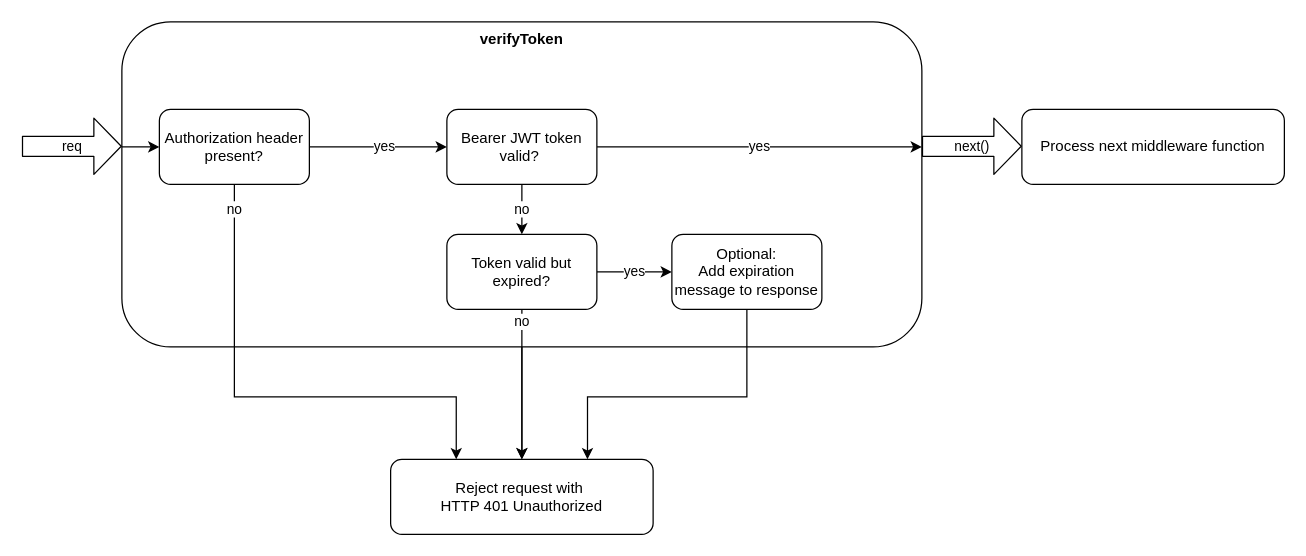
Earlier version of the draw.io diagram docs/verify-token-schema.drawio (tsmx/express-jwt-validator). Source tidied: cells renumbered, new cells numbered last; positions are measured from the earlier drawing's top-left corner, leaving out a move shared by most shapes. Both pictures are drawn from the tidied source at 125%, with x=0, y=0 at pixel (21, 21).
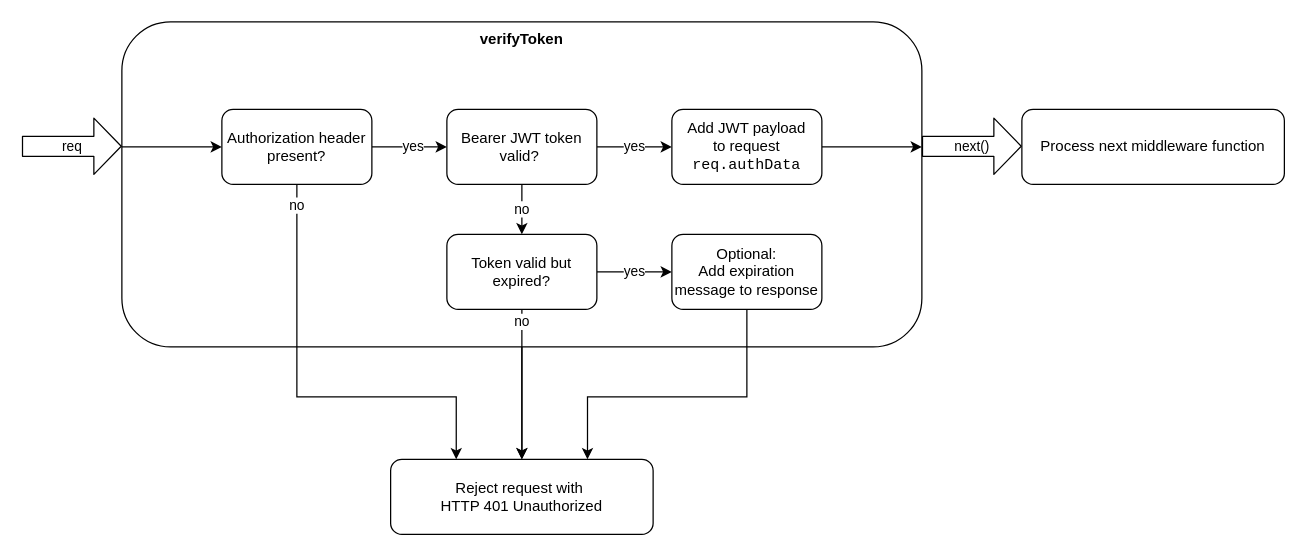
The same page after the edit.

The change refers to these unchanged cells:
```xml
<mxCell id="11" value="Bearer JWT token valid?&amp;nbsp;" style="rounded=1;whiteSpace=wrap;html=1;" parent="1" vertex="1">
  <mxGeometry x="340" y="70" width="120" height="60" as="geometry" />
</mxCell>
<mxCell id="17" value="Reject request with&amp;nbsp;&lt;br&gt;HTTP 401 Unauthorized" style="rounded=1;whiteSpace=wrap;html=1;" parent="1" vertex="1">
  <mxGeometry x="295" y="350" width="210" height="60" as="geometry" />
</mxCell>
```

Diff of the diagram source:
```diff
@@
-    <mxCell id="7" value="no" style="edgeStyle=orthogonalEdgeStyle;rounded=0;jettySize=auto;html=1;entryX=0.25;entryY=0;entryDx=0;entryDy=0;" parent="1" edge="1" source="8" target="17">
+    <mxCell id="7" value="no" style="edgeStyle=orthogonalEdgeStyle;rounded=0;jettySize=auto;html=1;entryX=0.25;entryY=0;entryDx=0;entryDy=0;exitX=0.5;exitY=1;exitDx=0;exitDy=0;" parent="1" edge="1" source="8" target="17">
       <mxGeometry x="-0.9" relative="1" as="geometry">
         <Array as="points">
-          <mxPoint x="170" y="300" />
+          <mxPoint x="220" y="300" />
           <mxPoint x="348" y="300" />
         </Array>
       </mxGeometry>
     </mxCell>
     <mxCell id="8" value="Authorization header present?" style="rounded=1;whiteSpace=wrap;html=1;" parent="1" vertex="1">
-      <mxGeometry x="110" y="70" width="120" height="60" as="geometry" />
+      <mxGeometry x="160" y="70" width="120" height="60" as="geometry" />
     </mxCell>
-    <mxCell id="9" value="yes" style="edgeStyle=orthogonalEdgeStyle;rounded=0;jettySize=auto;html=1;exitX=1;exitY=0.5;exitDx=0;exitDy=0;" parent="1" edge="1" source="11">
-      <mxGeometry relative="1" as="geometry">
-        <mxPoint x="720" y="100" as="targetPoint" />
-      </mxGeometry>
+    <mxCell id="9" value="yes" style="edgeStyle=orthogonalEdgeStyle;rounded=0;jettySize=auto;html=1;exitX=1;exitY=0.5;exitDx=0;exitDy=0;" parent="1" edge="1" source="11" target="21">
+      <mxGeometry relative="1" as="geometry" />
     </mxCell>
@@
+    <mxCell id="20" style="edgeStyle=orthogonalEdgeStyle;rounded=0;jettySize=auto;html=1;" parent="1" edge="1" source="21">
+      <mxGeometry relative="1" as="geometry">
+        <mxPoint x="720" y="100" as="targetPoint" />
+      </mxGeometry>
+    </mxCell>
+    <mxCell id="21" value="Add JWT payload &lt;br&gt;to request&lt;br&gt;&lt;font face=&quot;Courier New&quot;&gt;req.authData&lt;/font&gt;" style="rounded=1;whiteSpace=wrap;html=1;" parent="1" vertex="1">
+      <mxGeometry x="520" y="70" width="120" height="60" as="geometry" />
+    </mxCell>
```
